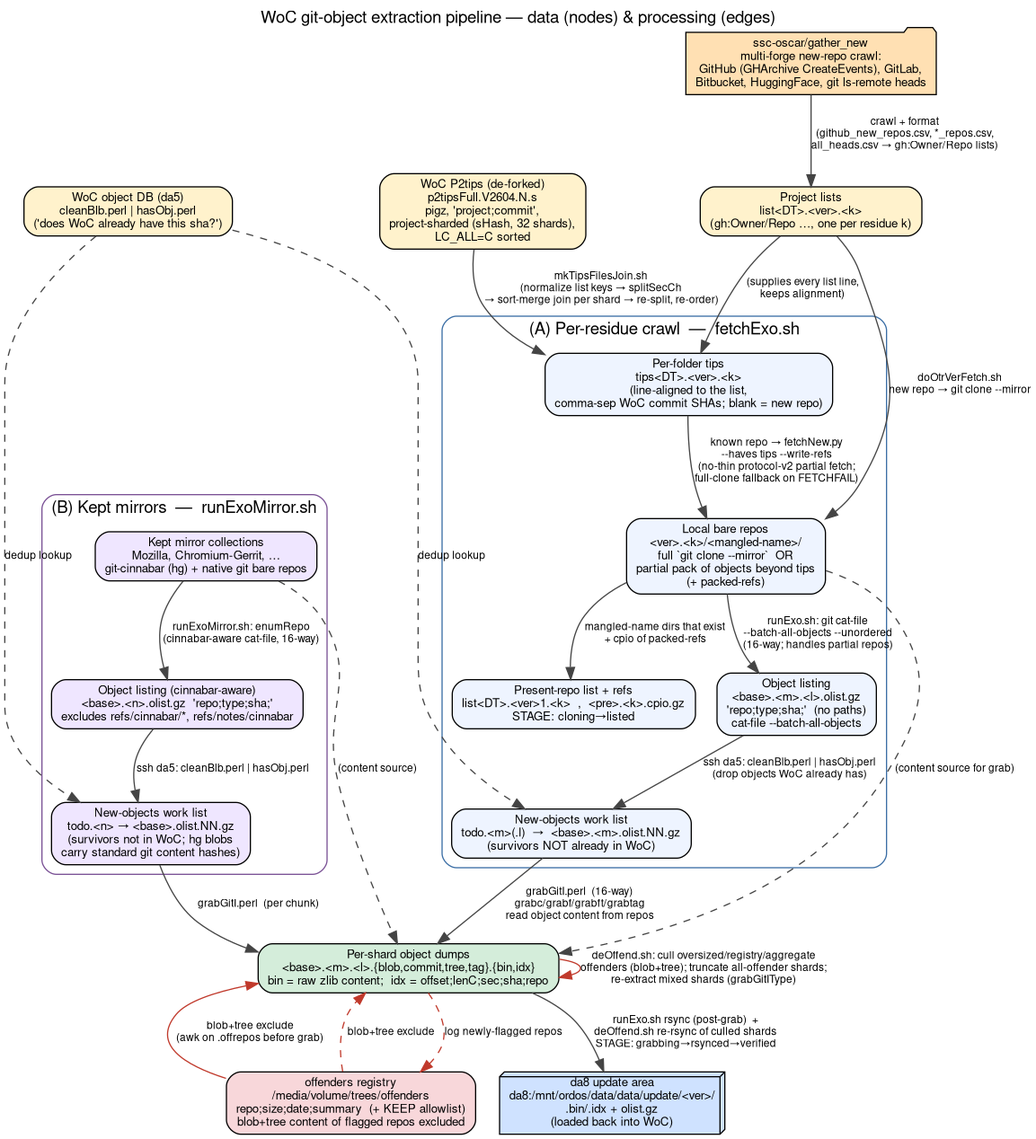
Before: woc/pipeline.png, a diagram exported from Graphviz (ssc-oscar/libgit2-woc). Its source is kept beside it as woc/pipeline.dot.
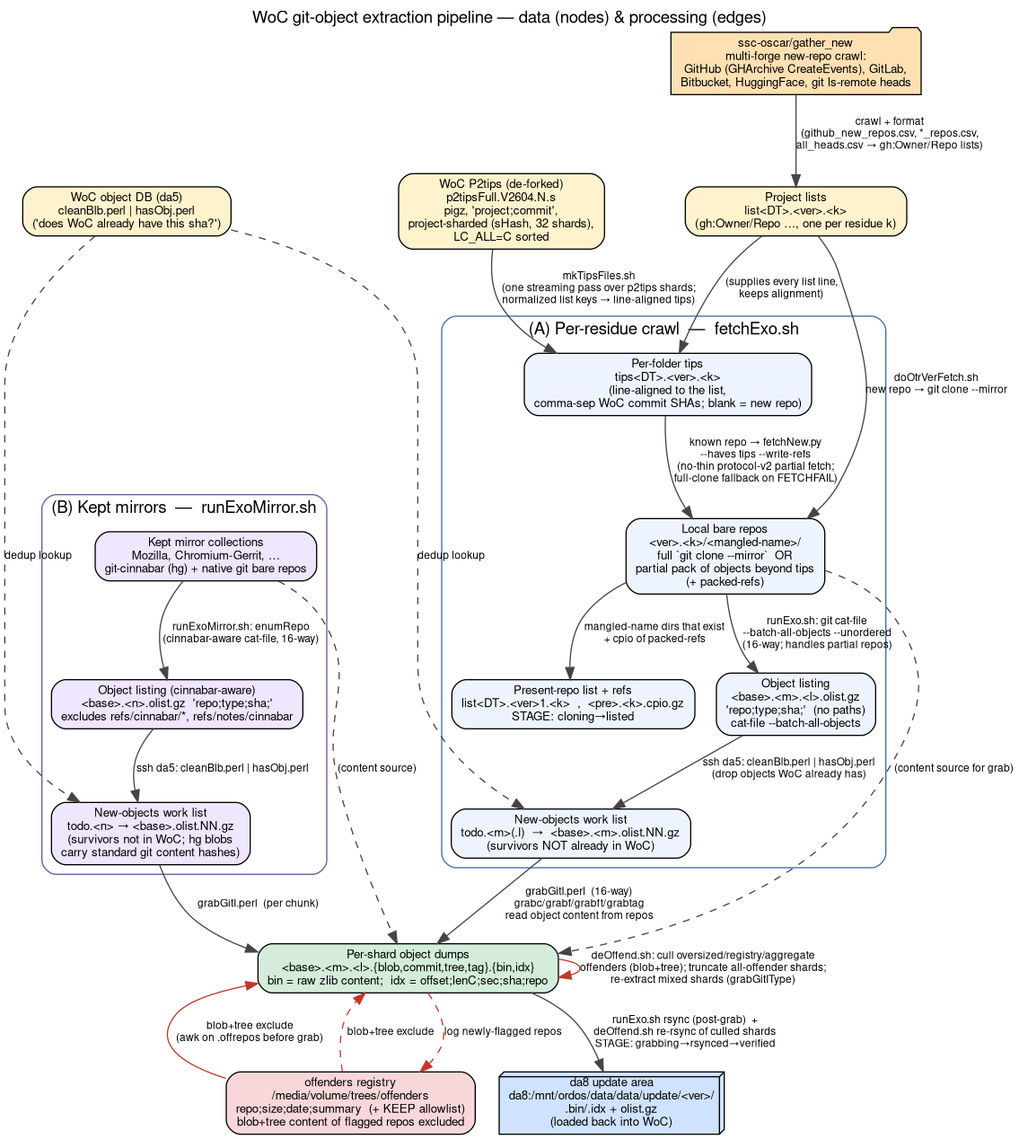
After the change.

Commit message:
woc/pipeline.dot: tips-alignment edge -> mkTipsFiles.sh (re-rendered png/svg)

What changed in the source:
```diff
@@ -53,7 +53,7 @@
   Da8 [label="da8 update area\nda8:/mnt/ordos/data/data/update/<ver>/\n.bin/.idx + olist.gz\n(loaded back into WoC)",
        shape=box3d, fillcolor="#cfe2ff"];
 
-  P2tips   -> TipsFiles [label="mkTipsFilesJoin.sh\n(normalize list keys → splitSecCh\n→ sort-merge join per shard → re-split, re-order)"];
+  P2tips   -> TipsFiles [label="mkTipsFiles.sh\n(one streaming pass over p2tips shards;\nnormalized list keys → line-aligned tips)"];
   ProjList -> TipsFiles [label="(supplies every list line,\nkeeps alignment)"];
 
   ProjList   -> LocalRepos [label="doOtrVerFetch.sh\nnew repo → git clone --mirror"];
```
